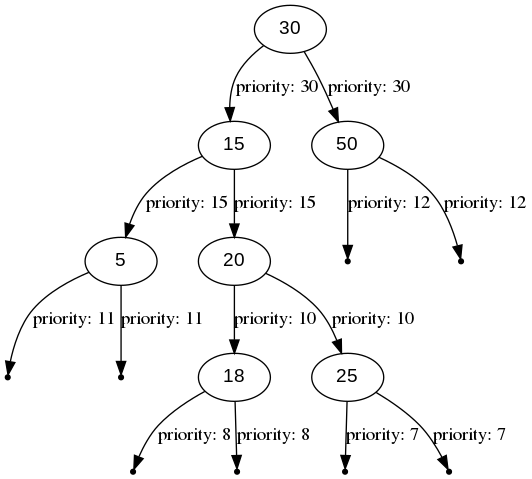
NikitaEvs/trees keeps this Graphviz diagram as visLib/out/png/dump6.png. Above is the earlier version. Its source is kept beside it as visLib/out/dot/dump6.dot.
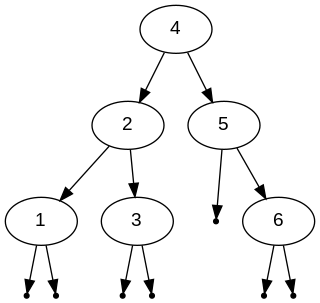
After the commit.

Change to the diagram source:
```diff
@@ -1,25 +1,22 @@
 digraph BinarySearchTree {
     node [fontname = "Arial"];
-    30 -> 15 [label="priority: 30"];
-    15 -> 5 [label="priority: 15"];
+    4 -> 2;
+    2 -> 1;
     null0[shape=point];
-    5 -> null0 [label="priority: 11"];
+    1 -> null0;
     null1[shape=point];
-    5 -> null1 [label="priority: 11"];
-    15 -> 20 [label="priority: 15"];
-    20 -> 18 [label="priority: 10"];
+    1 -> null1;
+    2 -> 3;
     null2[shape=point];
-    18 -> null2 [label="priority: 8"];
+    3 -> null2;
     null3[shape=point];
-    18 -> null3 [label="priority: 8"];
-    20 -> 25 [label="priority: 10"];
+    3 -> null3;
+    4 -> 5;
     null4[shape=point];
-    25 -> null4 [label="priority: 7"];
+    5 -> null4;
+    5 -> 6;
     null5[shape=point];
-    25 -> null5 [label="priority: 7"];
-    30 -> 50 [label="priority: 30"];
+    6 -> null5;
     null6[shape=point];
-    50 -> null6 [label="priority: 12"];
-    null7[shape=point];
-    50 -> null7 [label="priority: 12"];
+    6 -> null6;
 }
```
